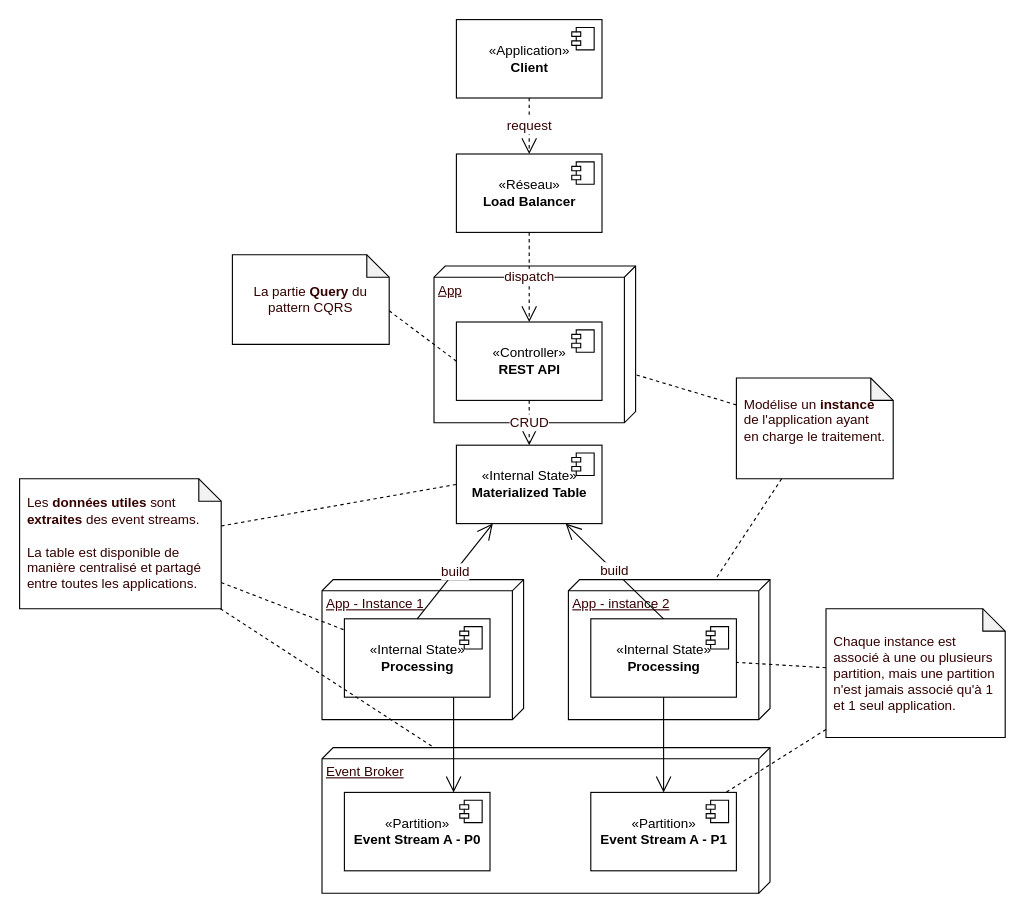
This is page "external-materialized-table" (9 of 9) of drafts/data-liberation.drawio from diplomegalo/event-driven, a draw.io file, before an edit. Source tidied: cells renumbered, new cells numbered last; positions are measured from the earlier drawing's top-left corner, leaving out a move shared by most shapes. Both pictures are drawn from the tidied source at 112%, with x=0, y=0 at pixel (19, 19).
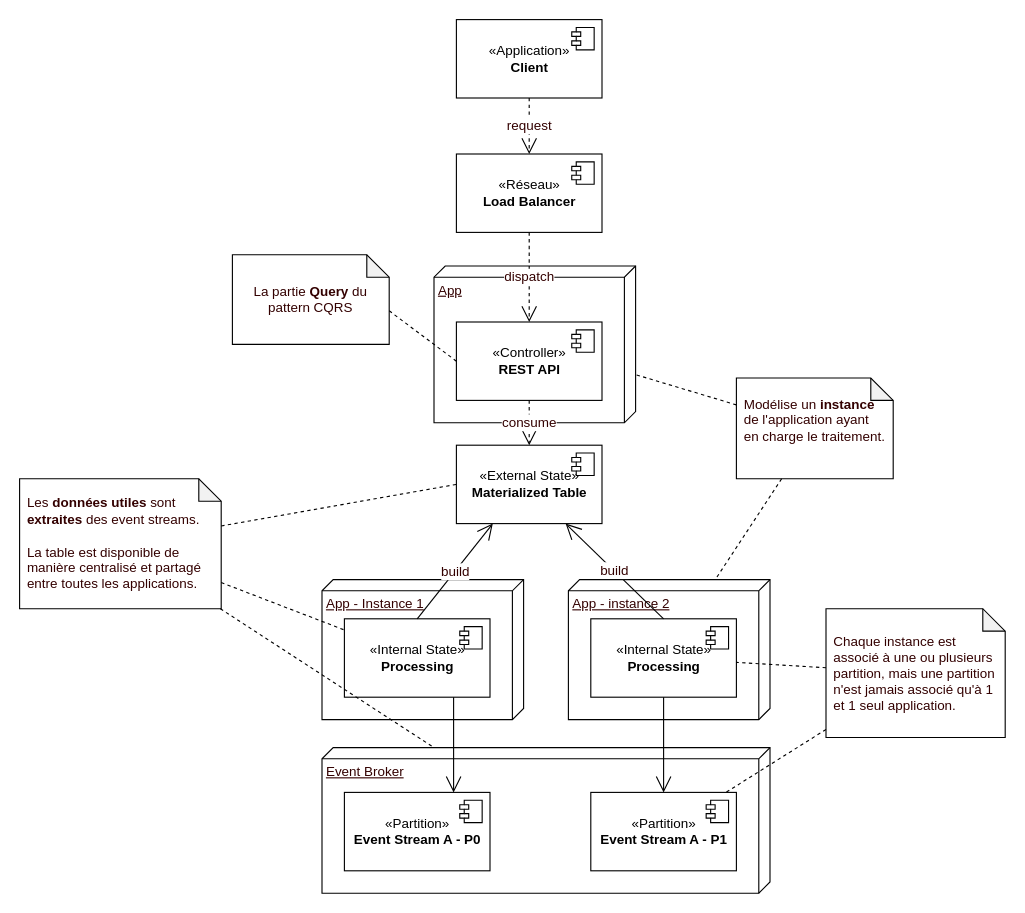
After the change.

Unchanged cells that the change refers to:
```xml
<mxCell id="4" value="«Controller»&lt;br&gt;&lt;b&gt;REST API&lt;/b&gt;" style="html=1;" parent="1" vertex="1">
  <mxGeometry x="390" y="270" width="130" height="70" as="geometry" />
</mxCell>
```

Diff of the diagram source:
```diff
@@
-    <mxCell id="6" value="«Internal State»&lt;br&gt;&lt;b&gt;Materialized Table&lt;/b&gt;" style="html=1;" parent="1" vertex="1">
+    <mxCell id="6" value="«External State»&lt;br&gt;&lt;b&gt;Materialized Table&lt;/b&gt;" style="html=1;" parent="1" vertex="1">
       <mxGeometry x="390" y="380" width="130" height="70" as="geometry" />
     </mxCell>
@@
-    <mxCell id="13" value="CRUD" style="endArrow=open;endSize=12;dashed=1;html=1;fontSize=12;fontColor=#330000;exitX=0.5;exitY=1;exitDx=0;exitDy=0;entryX=0.5;entryY=0;entryDx=0;entryDy=0;startArrow=none;startFill=0;startSize=12;" parent="1" edge="1" source="4" target="6">
+    <mxCell id="13" value="consume" style="endArrow=open;endSize=12;dashed=1;html=1;fontSize=12;fontColor=#330000;exitX=0.5;exitY=1;exitDx=0;exitDy=0;entryX=0.5;entryY=0;entryDx=0;entryDy=0;startArrow=none;startFill=0;startSize=12;" parent="1" edge="1" source="4" target="6">
       <mxGeometry relative="1" as="geometry" />
     </mxCell>
```
